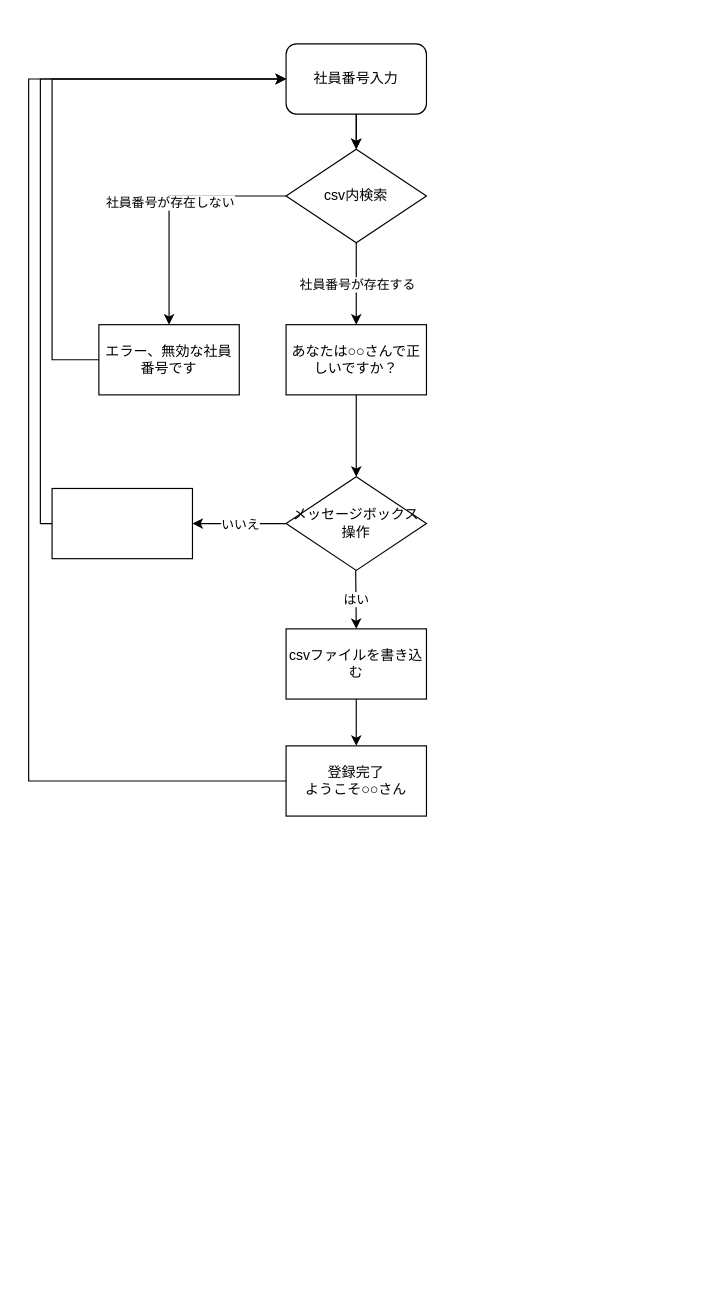
ueno-cmd/greetingApplication keeps this draw.io diagram as greetingApplication.drawio. Above is the earlier version. Source tidied: cells renumbered, new cells numbered last; positions are measured from the earlier drawing's top-left corner, leaving out a move shared by most shapes. Both pictures are drawn from the tidied source at 117%, with x=0, y=0 at pixel (28, 43).
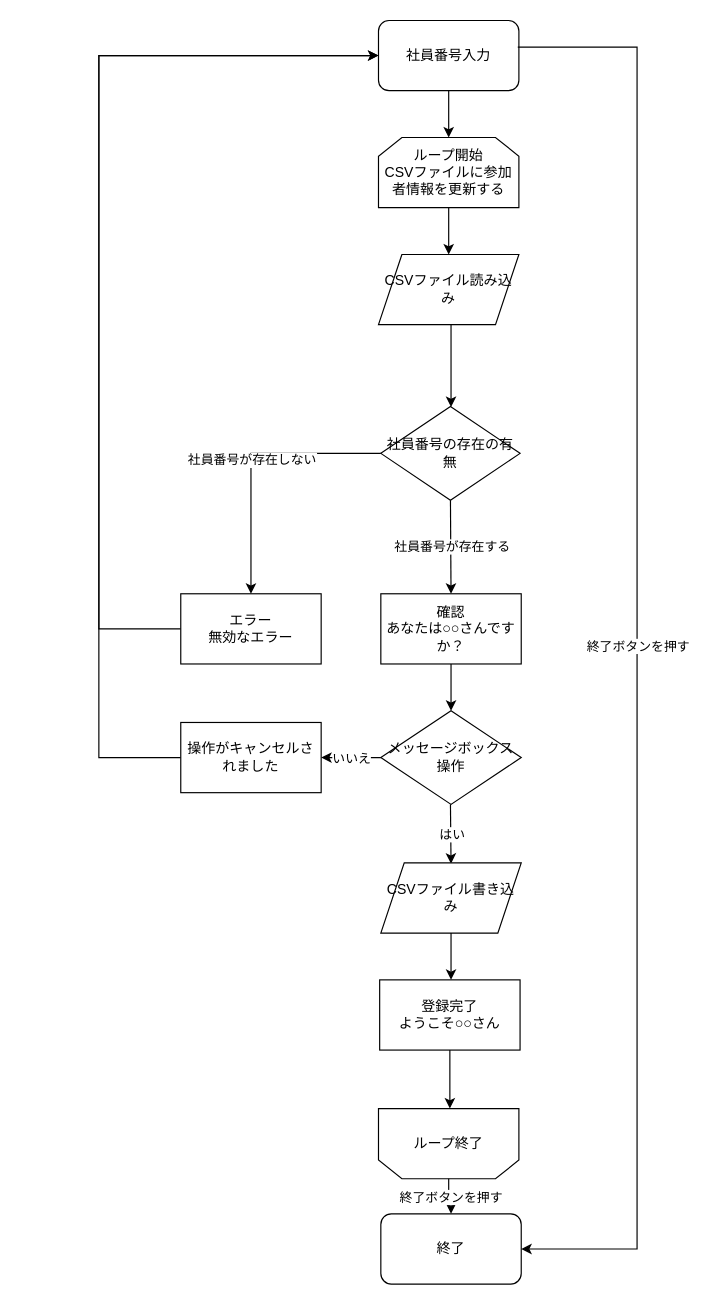
The same page after the edit.

Commit message:
greetingApplication.drawio を更新します

The edit, as a diff of the source:
```diff
@@
-    <mxCell id="2" style="edgeStyle=orthogonalEdgeStyle;rounded=0;jettySize=auto;html=1;" parent="1" edge="1" source="4" target="5">
-      <mxGeometry relative="1" as="geometry" />
-    </mxCell>
-    <mxCell id="3" style="edgeStyle=orthogonalEdgeStyle;rounded=0;jettySize=auto;html=1;" parent="1" edge="1" source="4" target="5">
-      <mxGeometry relative="1" as="geometry" />
-    </mxCell>
+    <mxCell id="25" style="edgeStyle=orthogonalEdgeStyle;rounded=0;jettySize=auto;html=1;" parent="1" edge="1" source="4" target="28">
+      <mxGeometry relative="1" as="geometry" />
+    </mxCell>
     <mxCell id="4" value="社員番号入力" style="rounded=1;whiteSpace=wrap;html=1;" parent="1" vertex="1">
-      <mxGeometry x="220" width="120" height="60" as="geometry" />
+      <mxGeometry x="299" y="-20" width="120" height="60" as="geometry" />
     </mxCell>
-    <mxCell id="5" value="csv内検索" style="rhombus;whiteSpace=wrap;html=1;" parent="1" vertex="1">
-      <mxGeometry x="220" y="90" width="120" height="80" as="geometry" />
-    </mxCell>
-    <mxCell id="6" value="あなたは○○さんで正しいですか？" style="rounded=0;whiteSpace=wrap;html=1;" parent="1" vertex="1">
-      <mxGeometry x="220" y="240" width="120" height="60" as="geometry" />
-    </mxCell>
-    <mxCell id="7" style="endArrow=classic;html=1;rounded=0;entryX=0.5;entryY=0;entryDx=0;entryDy=0;" parent="1" edge="1" target="6">
-      <mxGeometry relative="1" as="geometry">
-        <mxPoint x="280" y="170" as="sourcePoint" />
-      </mxGeometry>
-    </mxCell>
-    <mxCell id="8" value="社員番号が存在する" style="edgeLabel;html=1;align=center;verticalAlign=middle;" parent="7" vertex="1">
-      <mxGeometry relative="1" as="geometry" />
-    </mxCell>
-    <mxCell id="9" style="edgeStyle=orthogonalEdgeStyle;rounded=0;jettySize=auto;html=1;entryX=0;entryY=0.5;entryDx=0;entryDy=0;" parent="1" edge="1" source="10" target="4">
+    <mxCell id="9" style="edgeStyle=elbowEdgeStyle;rounded=0;jettySize=auto;html=1;exitX=0;exitY=0.5;exitDx=0;exitDy=0;entryX=0;entryY=0.5;entryDx=0;entryDy=0;" parent="1" edge="1" source="16" target="4">
       <mxGeometry relative="1" as="geometry">
         <Array as="points">
-          <mxPoint x="20" y="270" />
-          <mxPoint x="20" y="30" />
+          <mxPoint x="60" y="310" />
         </Array>
       </mxGeometry>
     </mxCell>
-    <mxCell id="10" value="エラー、無効な社員番号です" style="rounded=0;whiteSpace=wrap;html=1;" parent="1" vertex="1">
-      <mxGeometry x="60" y="240" width="120" height="60" as="geometry" />
-    </mxCell>
-    <mxCell id="11" style="endArrow=classic;html=1;rounded=0;entryX=0.5;entryY=0;entryDx=0;entryDy=0;exitX=0;exitY=0.5;exitDx=0;exitDy=0;" parent="1" edge="1" source="5" target="10">
-      <mxGeometry relative="1" as="geometry">
-        <Array as="points">
-          <mxPoint x="120" y="130" />
-        </Array>
-      </mxGeometry>
-    </mxCell>
-    <mxCell id="12" value="社員番号が存在しない" style="edgeLabel;html=1;align=center;verticalAlign=middle;" parent="11" vertex="1">
-      <mxGeometry relative="1" as="geometry" />
-    </mxCell>
     <mxCell id="13" value="メッセージボックス操作" style="rhombus;whiteSpace=wrap;html=1;rounded=0;" parent="1" vertex="1">
-      <mxGeometry x="220" y="370" width="120" height="80" as="geometry" />
+      <mxGeometry x="301" y="570" width="120" height="80" as="geometry" />
     </mxCell>
-    <mxCell id="14" style="endArrow=classic;html=1;rounded=0;exitX=0.5;exitY=1;exitDx=0;exitDy=0;entryX=0.5;entryY=0;entryDx=0;entryDy=0;" parent="1" edge="1" source="6" target="13">
-      <mxGeometry relative="1" as="geometry" />
-    </mxCell>
-    <mxCell id="15" style="edgeStyle=orthogonalEdgeStyle;rounded=0;jettySize=auto;html=1;entryX=0;entryY=0.5;entryDx=0;entryDy=0;" parent="1" edge="1" source="16" target="4">
-      <mxGeometry relative="1" as="geometry">
-        <Array as="points">
-          <mxPoint x="10" y="410" />
-          <mxPoint x="10" y="30" />
-        </Array>
-      </mxGeometry>
-    </mxCell>
-    <mxCell id="16" style="whiteSpace=wrap;html=1;rounded=0;" parent="1" vertex="1">
-      <mxGeometry x="20" y="380" width="120" height="60" as="geometry" />
+    <mxCell id="16" value="操作がキャンセルされました" style="whiteSpace=wrap;html=1;rounded=0;" parent="1" vertex="1">
+      <mxGeometry x="130" y="580" width="120" height="60" as="geometry" />
     </mxCell>
-    <mxCell id="17" style="edgeStyle=orthogonalEdgeStyle;rounded=0;jettySize=auto;html=1;entryX=0;entryY=0.5;entryDx=0;entryDy=0;exitX=0;exitY=0.5;exitDx=0;exitDy=0;" parent="1" edge="1" source="18" target="4">
-      <mxGeometry relative="1" as="geometry">
-        <Array as="points">
-          <mxPoint y="630" />
-          <mxPoint y="30" />
-        </Array>
-      </mxGeometry>
-    </mxCell>
+    <mxCell id="26" style="edgeStyle=elbowEdgeStyle;rounded=0;jettySize=auto;html=1;" parent="1" edge="1" source="18" target="29">
+      <mxGeometry relative="1" as="geometry" />
+    </mxCell>
     <mxCell id="18" value="登録完了&lt;br&gt;ようこそ○○さん" style="whiteSpace=wrap;html=1;rounded=0;" parent="1" vertex="1">
-      <mxGeometry x="220" y="600" width="120" height="60" as="geometry" />
+      <mxGeometry x="300" y="800" width="120" height="60" as="geometry" />
     </mxCell>
-    <mxCell id="19" style="endArrow=classic;html=1;rounded=0;exitX=0;exitY=0.5;exitDx=0;exitDy=0;" parent="1" edge="1" source="13" target="16">
+    <mxCell id="19" style="endArrow=classic;html=1;rounded=0;exitX=0;exitY=0.5;exitDx=0;exitDy=0;entryX=1;entryY=0.5;entryDx=0;entryDy=0;" parent="1" edge="1" source="13" target="16">
       <mxGeometry relative="1" as="geometry" />
     </mxCell>
@@
-    <mxCell id="21" style="endArrow=classic;html=1;rounded=0;exitX=0.5;exitY=1;exitDx=0;exitDy=0;entryX=0.5;entryY=0;entryDx=0;entryDy=0;" parent="1" edge="1" target="24">
+    <mxCell id="21" style="endArrow=classic;html=1;rounded=0;entryX=0.5;entryY=0;entryDx=0;entryDy=0;edgeStyle=elbowEdgeStyle;" parent="1" edge="1">
       <mxGeometry relative="1" as="geometry">
-        <mxPoint x="279.5" y="450" as="sourcePoint" />
+        <mxPoint x="360.5" y="650" as="sourcePoint" />
+        <mxPoint x="360.5" y="700.7" as="targetPoint" />
       </mxGeometry>
     </mxCell>
@@
-    <mxCell id="23" style="edgeStyle=orthogonalEdgeStyle;rounded=0;jettySize=auto;html=1;" parent="1" edge="1" source="24" target="18">
-      <mxGeometry relative="1" as="geometry" />
-    </mxCell>
-    <mxCell id="24" value="csvファイルを書き込む" style="whiteSpace=wrap;html=1;rounded=0;" parent="1" vertex="1">
-      <mxGeometry x="220" y="500" width="120" height="60" as="geometry" />
-    </mxCell>
+    <mxCell id="27" style="edgeStyle=orthogonalEdgeStyle;rounded=0;jettySize=auto;html=1;" parent="1" edge="1" source="28" target="34">
+      <mxGeometry relative="1" as="geometry" />
+    </mxCell>
+    <mxCell id="28" value="ループ開始&lt;div&gt;CSVファイルに参加者情報を更新する&lt;br&gt;&lt;/div&gt;" style="shape=loopLimit;whiteSpace=wrap;html=1;" parent="1" vertex="1">
+      <mxGeometry x="299" y="80" width="120" height="60" as="geometry" />
+    </mxCell>
+    <mxCell id="29" value="ループ終了" style="shape=loopLimit;whiteSpace=wrap;html=1;rotation=0;direction=west;" parent="1" vertex="1">
+      <mxGeometry x="299" y="910" width="120" height="60" as="geometry" />
+    </mxCell>
+    <mxCell id="30" value="終了" style="rounded=1;whiteSpace=wrap;html=1;" parent="1" vertex="1">
+      <mxGeometry x="301" y="1000" width="120" height="60" as="geometry" />
+    </mxCell>
+    <mxCell id="31" style="endArrow=classic;html=1;rounded=0;exitX=0.992;exitY=0.38;exitDx=0;exitDy=0;exitPerimeter=0;edgeStyle=elbowEdgeStyle;" parent="1" edge="1" source="4" target="30">
+      <mxGeometry relative="1" as="geometry">
+        <Array as="points">
+          <mxPoint x="520" y="520" />
+        </Array>
+      </mxGeometry>
+    </mxCell>
+    <mxCell id="32" value="終了ボタンを押す" style="edgeLabel;html=1;align=center;verticalAlign=middle;" parent="31" vertex="1">
+      <mxGeometry relative="1" as="geometry" />
+    </mxCell>
+    <mxCell id="33" style="edgeStyle=orthogonalEdgeStyle;rounded=0;jettySize=auto;html=1;" parent="1" edge="1" source="34" target="35">
+      <mxGeometry relative="1" as="geometry">
+        <Array as="points">
+          <mxPoint x="361" y="260" />
+          <mxPoint x="361" y="260" />
+        </Array>
+      </mxGeometry>
+    </mxCell>
+    <mxCell id="34" value="CSVファイル読み込み" style="shape=parallelogram;perimeter=parallelogramPerimeter;whiteSpace=wrap;html=1;fixedSize=1;" parent="1" vertex="1">
+      <mxGeometry x="299" y="180" width="120" height="60" as="geometry" />
+    </mxCell>
+    <mxCell id="35" value="社員番号の存在の有無" style="rhombus;whiteSpace=wrap;html=1;" parent="1" vertex="1">
+      <mxGeometry x="301" y="310" width="119" height="80" as="geometry" />
+    </mxCell>
+    <mxCell id="36" style="endArrow=classic;html=1;rounded=0;exitX=0.5;exitY=1;exitDx=0;exitDy=0;entryX=0.5;entryY=0;entryDx=0;entryDy=0;edgeStyle=elbowEdgeStyle;" parent="1" edge="1" source="35" target="38">
+      <mxGeometry relative="1" as="geometry" />
+    </mxCell>
+    <mxCell id="8" value="社員番号が存在する" style="edgeLabel;html=1;align=center;verticalAlign=middle;" parent="36" vertex="1">
+      <mxGeometry relative="1" as="geometry" />
+    </mxCell>
+    <mxCell id="37" style="edgeStyle=elbowEdgeStyle;rounded=0;jettySize=auto;html=1;" parent="1" edge="1" source="38" target="13">
+      <mxGeometry relative="1" as="geometry" />
+    </mxCell>
+    <mxCell id="38" value="確認&lt;div&gt;あなたは○○さんですか？&lt;/div&gt;" style="rounded=0;whiteSpace=wrap;html=1;" parent="1" vertex="1">
+      <mxGeometry x="301" y="470" width="120" height="60" as="geometry" />
+    </mxCell>
+    <mxCell id="39" style="edgeStyle=orthogonalEdgeStyle;rounded=0;jettySize=auto;html=1;entryX=0;entryY=0.5;entryDx=0;entryDy=0;" parent="1" edge="1" source="40" target="4">
+      <mxGeometry relative="1" as="geometry">
+        <Array as="points">
+          <mxPoint x="60" y="500" />
+          <mxPoint x="60" y="10" />
+        </Array>
+      </mxGeometry>
+    </mxCell>
+    <mxCell id="40" value="エラー&lt;div&gt;無効なエラー&lt;/div&gt;" style="rounded=0;whiteSpace=wrap;html=1;" parent="1" vertex="1">
+      <mxGeometry x="130" y="470" width="120" height="60" as="geometry" />
+    </mxCell>
+    <mxCell id="41" style="endArrow=classic;html=1;rounded=0;exitX=0;exitY=0.5;exitDx=0;exitDy=0;entryX=0.5;entryY=0;entryDx=0;entryDy=0;edgeStyle=orthogonalEdgeStyle;" parent="1" edge="1" source="35" target="40">
+      <mxGeometry relative="1" as="geometry" />
+    </mxCell>
+    <mxCell id="12" value="社員番号が存在しない" style="edgeLabel;html=1;align=center;verticalAlign=middle;" parent="41" vertex="1">
+      <mxGeometry relative="1" as="geometry" />
+    </mxCell>
+    <mxCell id="42" style="edgeStyle=elbowEdgeStyle;rounded=0;jettySize=auto;html=1;" parent="1" edge="1" source="43" target="18">
+      <mxGeometry relative="1" as="geometry" />
+    </mxCell>
+    <mxCell id="43" value="CSVファイル書き込み" style="shape=parallelogram;perimeter=parallelogramPerimeter;whiteSpace=wrap;html=1;fixedSize=1;" parent="1" vertex="1">
+      <mxGeometry x="301" y="700" width="120" height="60" as="geometry" />
+    </mxCell>
+    <mxCell id="44" style="endArrow=classic;html=1;rounded=0;exitX=0.5;exitY=0;exitDx=0;exitDy=0;entryX=0.5;entryY=0;entryDx=0;entryDy=0;edgeStyle=elbowEdgeStyle;elbow=vertical;" parent="1" edge="1" source="29" target="30">
+      <mxGeometry relative="1" as="geometry" />
+    </mxCell>
+    <mxCell id="45" value="終了ボタンを押す" style="edgeLabel;html=1;align=center;verticalAlign=middle;" parent="44" vertex="1">
+      <mxGeometry relative="1" as="geometry" />
+    </mxCell>
```
